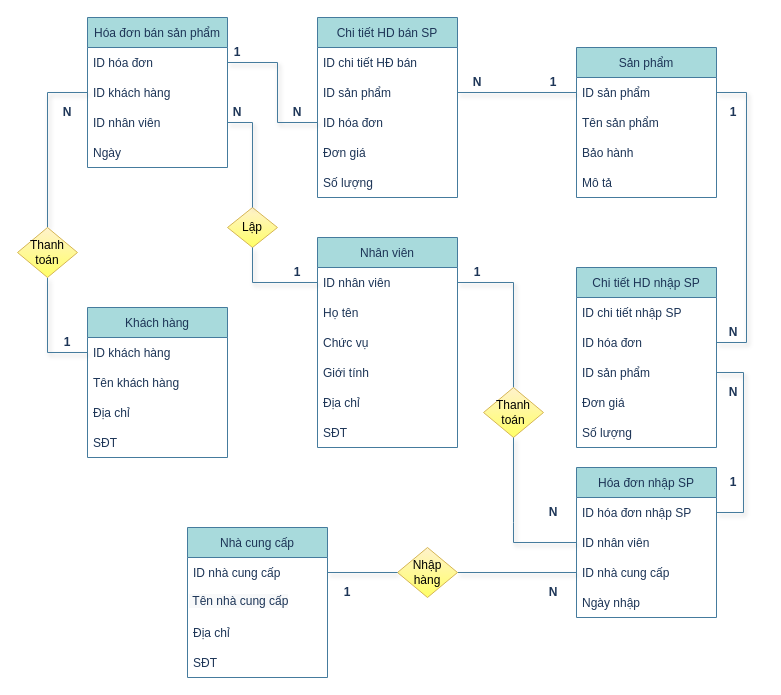
Before: Untitled Diagram.drawio in duy1009/abc, a draw.io diagram. Source tidied: cells renumbered, new cells numbered last; positions are measured from the earlier drawing's top-left corner, leaving out a move shared by most shapes. Both pictures are drawn from the tidied source at 100%, with x=0, y=0 at pixel (17, 17).
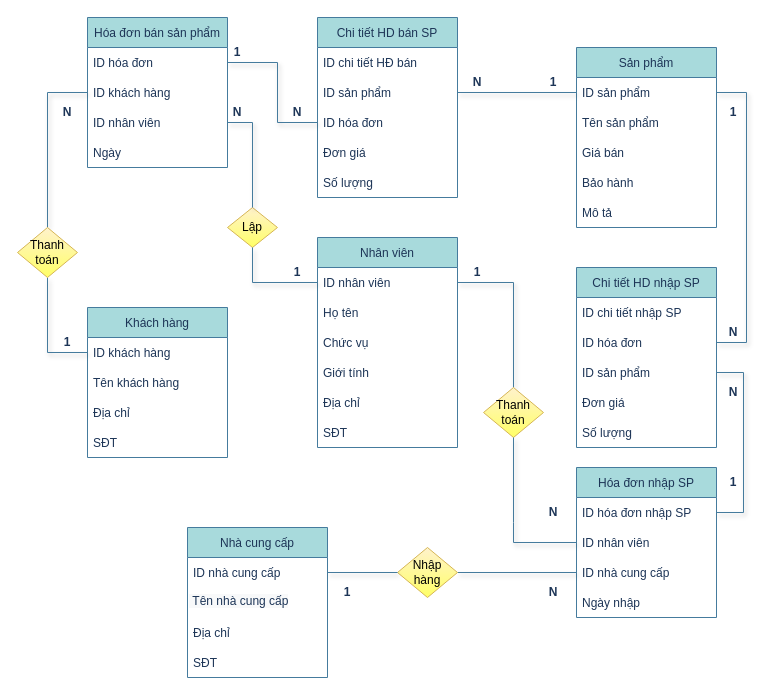
The same page after the edit.

What changed in the source:
```diff
@@
     <mxCell id="25" value="Sản phẩm" style="swimlane;fontStyle=0;horizontal=1;startSize=30;fillColor=#A8DADC;strokeColor=#457B9D;fontColor=#1D3557;" parent="1" vertex="1">
-      <mxGeometry x="559" y="30" width="140" height="150" as="geometry" />
+      <mxGeometry x="559" y="30" width="140" height="180" as="geometry" />
     </mxCell>
@@
+    <mxCell id="78" value="Giá bán" style="text;strokeColor=none;fillColor=none;align=left;verticalAlign=middle;spacingLeft=4;spacingRight=4;overflow=hidden;fontColor=#1D3557;" parent="25" vertex="1">
+      <mxGeometry y="90" width="140" height="30" as="geometry" />
+    </mxCell>
     <mxCell id="28" value="Bảo hành" style="text;strokeColor=none;fillColor=none;align=left;verticalAlign=middle;spacingLeft=4;spacingRight=4;overflow=hidden;fontColor=#1D3557;" parent="25" vertex="1">
-      <mxGeometry y="90" width="140" height="30" as="geometry" />
+      <mxGeometry y="120" width="140" height="30" as="geometry" />
     </mxCell>
     <mxCell id="29" value="Mô tả" style="text;strokeColor=none;fillColor=none;align=left;verticalAlign=middle;spacingLeft=4;spacingRight=4;overflow=hidden;fontColor=#1D3557;" parent="25" vertex="1">
-      <mxGeometry y="120" width="140" height="30" as="geometry" />
+      <mxGeometry y="150" width="140" height="30" as="geometry" />
     </mxCell>
```
